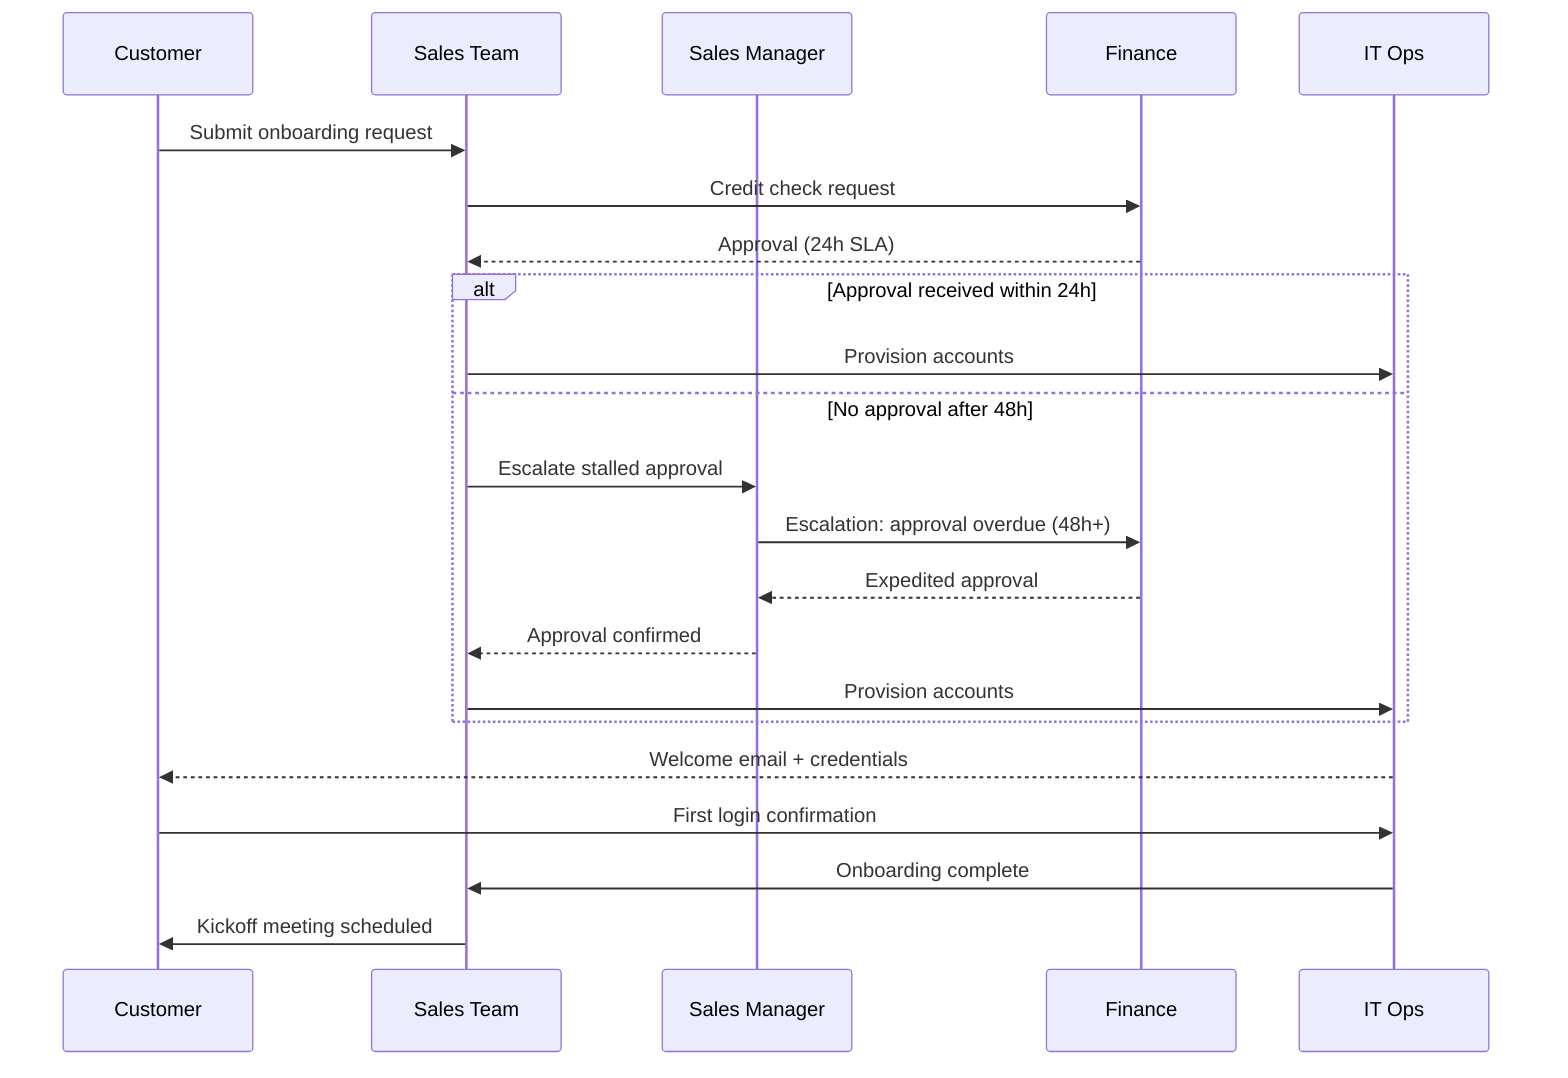
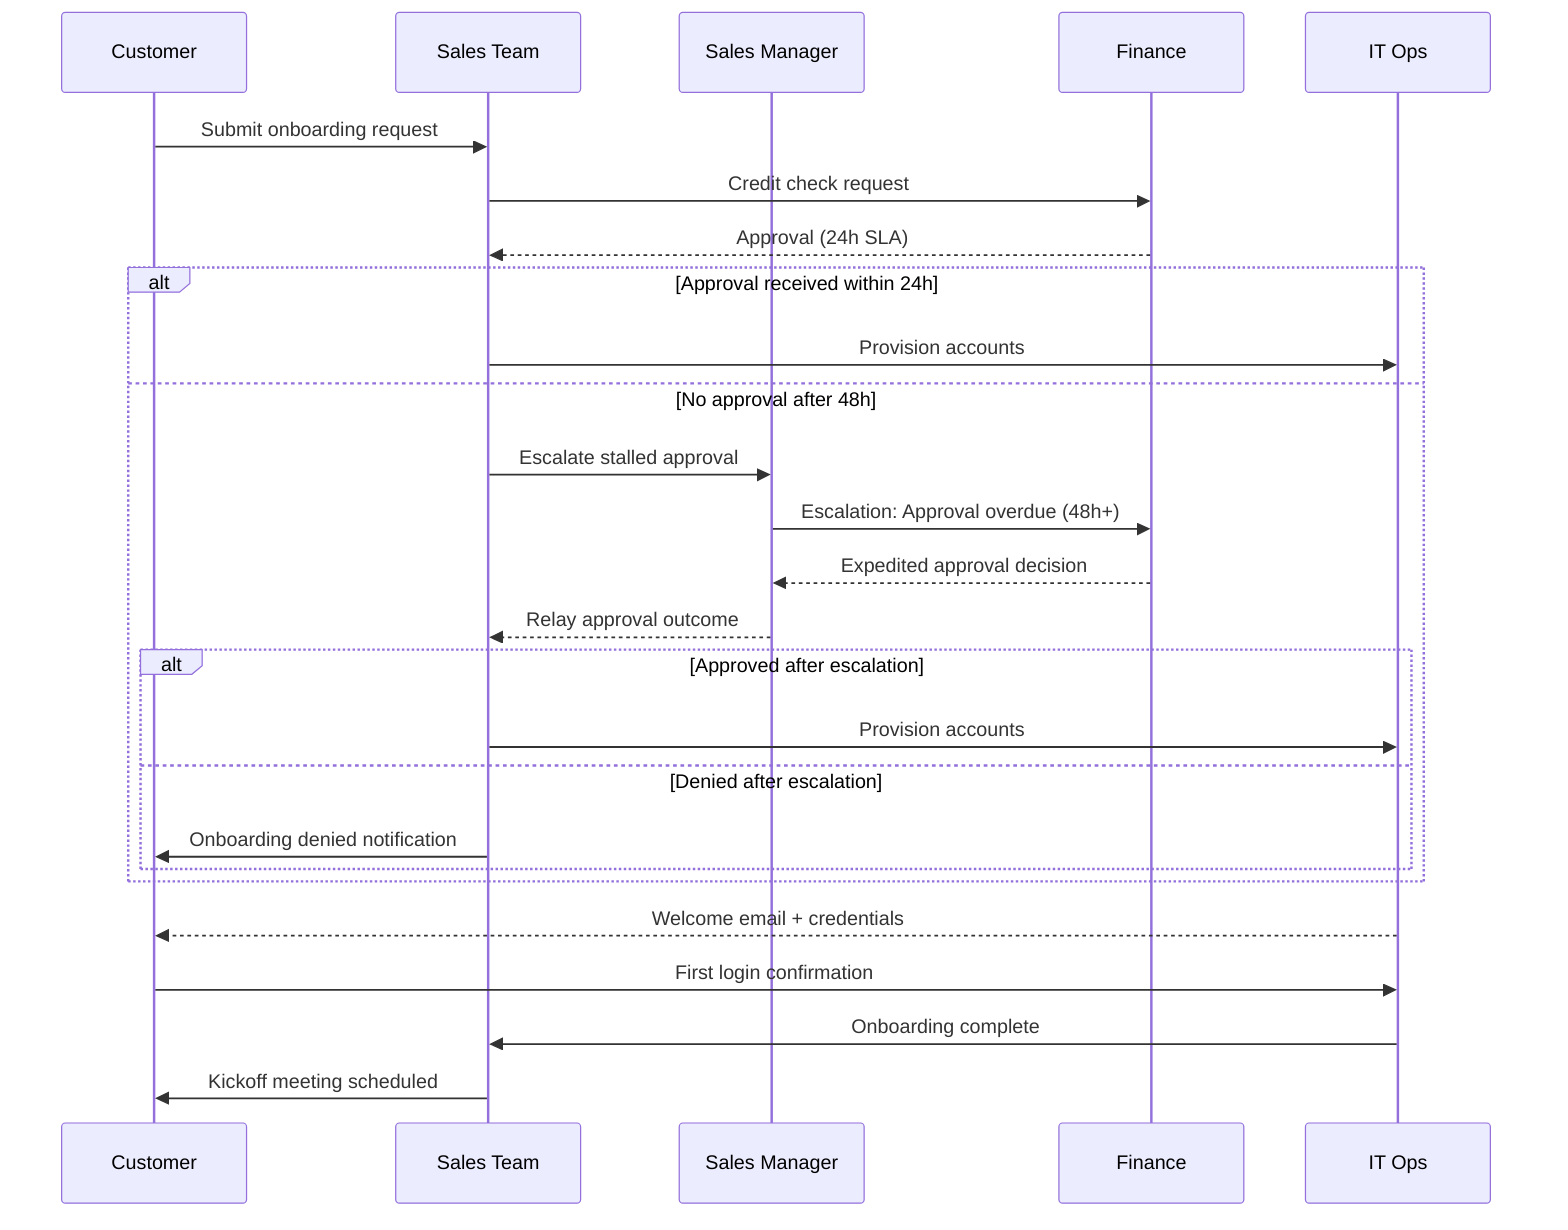
sequenceDiagram
    participant C as Customer
    participant S as Sales Team
    participant M as Sales Manager
    participant F as Finance
    participant IT as IT Ops

    C->>S: Submit onboarding request
    S->>F: Credit check request
    F-->>S: Approval (24h SLA)

    %% ⚡ CHANGED SECTION
    alt Approval received within 24h
        S->>IT: Provision accounts
    else No approval after 48h
        S->>M: Escalate stalled approval
-         M->>F: Escalation: approval overdue (48h+)
-         F-->>M: Expedited approval
-         M-->>S: Approval confirmed
-         S->>IT: Provision accounts
+         M->>F: Escalation: Approval overdue (48h+)
+         F-->>M: Expedited approval decision
+         M-->>S: Relay approval outcome
+         alt Approved after escalation
+             S->>IT: Provision accounts
+         else Denied after escalation
+             S->>C: Onboarding denied notification
+         end
    end
    %% ⚡ END CHANGED SECTION

    IT-->>C: Welcome email + credentials
    C->>IT: First login confirmation
    IT->>S: Onboarding complete
    S->>C: Kickoff meeting scheduled